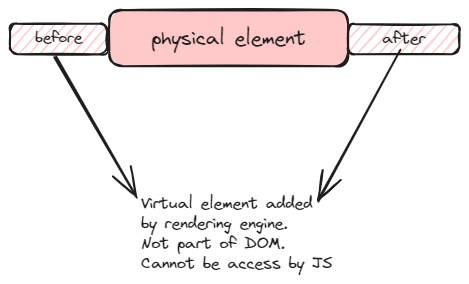
Earlier version of the Excalidraw export static/img/pseudo-elements.excalidraw.png (swaroopar/inprogress-engineer). Source tidied: one line per element, renumbered; positions are measured from the earlier drawing's top-left corner, leaving out a move shared by most shapes.
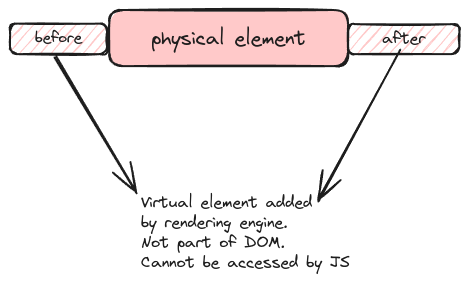
After the commit.

Commit message:
correct pseudo element documentation (#300)

Change to the diagram source:
```diff
@@ -4,6 +4,6 @@
 {"id": 3, "type": "text", "text": "before", "strokeColor": "#1e1e1e", "strokeWidth": 2, "roughness": 1, "fontSize": 15.33, "fontFamily": 1, "textAlign": "center", "verticalAlign": "middle", "inside": 2, "x": 25, "y": 19, "width": 47, "height": 19}
 {"id": 4, "type": "rectangle", "strokeColor": "#1e1e1e", "backgroundColor": "#ffc9c9", "fillStyle": "hachure", "strokeWidth": 2, "roughness": 1, "round": true, "x": 338, "y": 14, "width": 111, "height": 30}
 {"id": 5, "type": "text", "text": "after", "strokeColor": "#1e1e1e", "strokeWidth": 2, "roughness": 1, "fontSize": 16, "fontFamily": 1, "textAlign": "center", "verticalAlign": "middle", "inside": 4, "x": 372, "y": 19, "width": 43, "height": 20}
-{"id": 6, "type": "arrow", "strokeColor": "#1e1e1e", "backgroundColor": "#ffc9c9", "fillStyle": "hachure", "strokeWidth": 2, "roughness": 1, "endArrowhead": "arrow", "round": true, "from": 2, "to": 7, "x": 45, "y": 47, "width": 81, "height": 140, "points": [[0, 0], [81, 140]]}
+{"id": 6, "type": "arrow", "strokeColor": "#1e1e1e", "backgroundColor": "#ffc9c9", "fillStyle": "hachure", "strokeWidth": 2, "roughness": 1, "endArrowhead": "arrow", "round": true, "from": 2, "to": 7, "x": 45, "y": 47, "width": 81, "height": 136, "points": [[0, 0], [81, 136]]}
-{"id": 7, "type": "text", "text": "Virtual element added\nby rendering engine.\nNot part of DOM. \nCannot be access by JS", "strokeColor": "#1e1e1e", "backgroundColor": "#ffc9c9", "fillStyle": "hachure", "strokeWidth": 2, "roughness": 1, "fontSize": 16, "fontFamily": 1, "x": 131, "y": 184, "width": 191, "height": 80}
+{"id": 7, "type": "text", "text": "Virtual element added\nby rendering engine.\nNot part of DOM. \nCannot be accessed by JS", "strokeColor": "#1e1e1e", "backgroundColor": "#ffc9c9", "fillStyle": "hachure", "strokeWidth": 2, "roughness": 1, "fontSize": 16, "fontFamily": 1, "x": 131, "y": 183, "width": 209, "height": 80}
 {"id": 8, "type": "arrow", "strokeColor": "#1e1e1e", "backgroundColor": "#ffc9c9", "fillStyle": "hachure", "strokeWidth": 2, "roughness": 1, "endArrowhead": "arrow", "round": true, "x": 389, "y": 41, "width": 82, "height": 150, "points": [[0, 0], [-82, 150]]}
```
